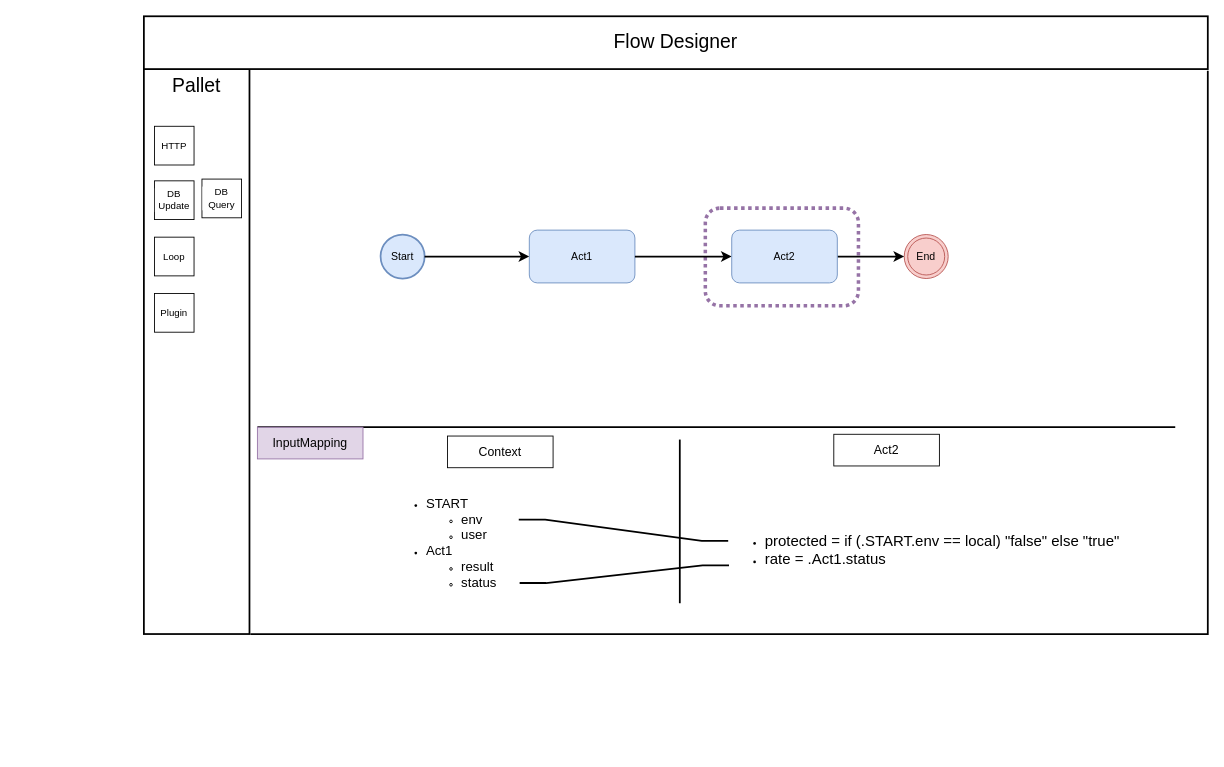
Before: page "UIMockup" (8 of 8) of TaskExecToolkit.drawio in manhnt217/task-execution-toolkit, a draw.io diagram. Source tidied: cells renumbered, new cells numbered last; positions are measured from the earlier drawing's top-left corner, leaving out a move shared by most shapes. Both pictures are drawn from the tidied source at 88%, with x=0, y=0 at pixel (143, 16).
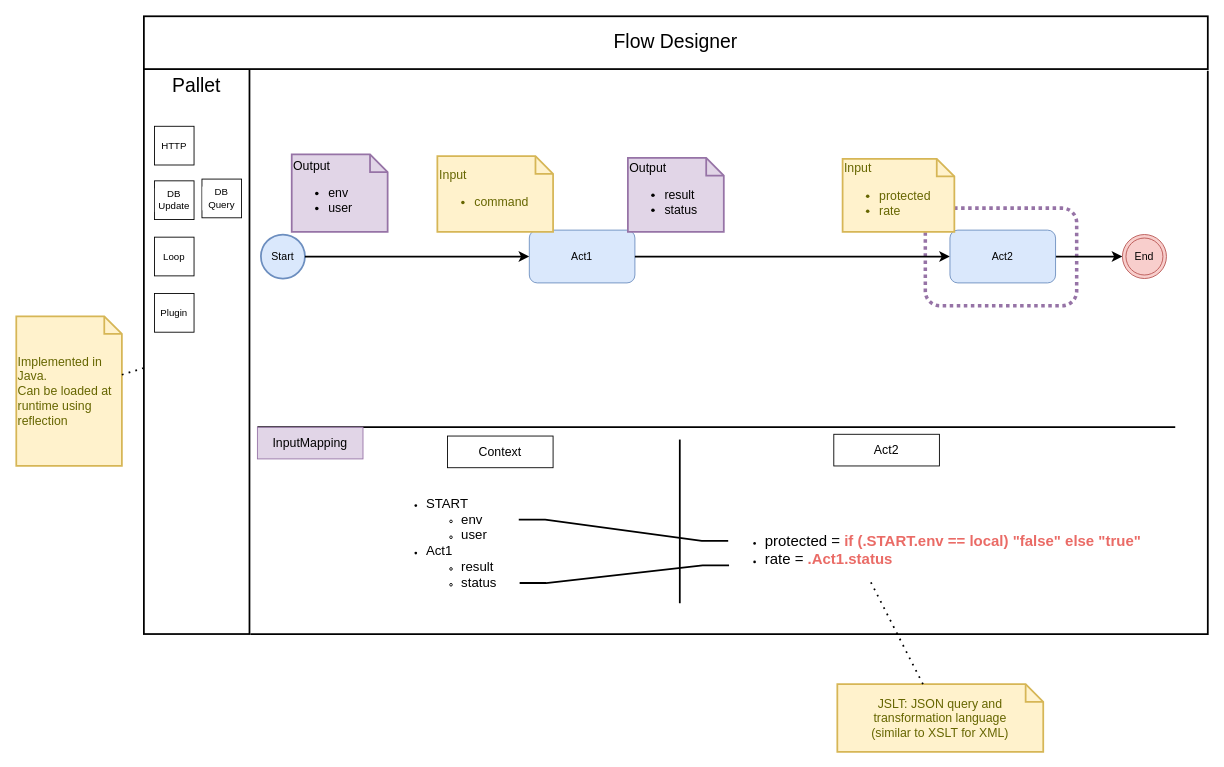
Above is the later version.

The change refers to these unchanged cells:
```xml
<mxCell id="9" value="&lt;span style=&quot;font-size: 22px; text-wrap: nowrap;&quot;&gt;Pallet&lt;/span&gt;" style="rounded=0;whiteSpace=wrap;html=1;fontFamily=Helvetica;fontSize=11;fontColor=default;labelBackgroundColor=default;strokeWidth=2;verticalAlign=top;" parent="1" vertex="1">
  <mxGeometry y="60" width="120" height="642" as="geometry" />
</mxCell>
```

Change to the diagram source:
```diff
@@
     <mxCell id="2" style="rounded=1;whiteSpace=wrap;html=1;fontFamily=Helvetica;fontSize=11;labelBackgroundColor=default;fillColor=none;strokeColor=#9673a6;strokeWidth=4;dashed=1;dashPattern=1 1;" parent="1" vertex="1">
-      <mxGeometry x="638" y="218" width="174" height="111" as="geometry" />
+      <mxGeometry x="888" y="218" width="172" height="111" as="geometry" />
     </mxCell>
     <mxCell id="3" value="Start" style="strokeWidth=2;html=1;shape=mxgraph.flowchart.start_2;whiteSpace=wrap;fillColor=#dae8fc;strokeColor=#6c8ebf;" parent="1" vertex="1">
-      <mxGeometry x="269" y="248" width="50" height="50" as="geometry" />
+      <mxGeometry x="133" y="248" width="50" height="50" as="geometry" />
     </mxCell>
     <mxCell id="4" value="End" style="ellipse;shape=doubleEllipse;whiteSpace=wrap;html=1;fillColor=#f8cecc;strokeColor=#b85450;" parent="1" vertex="1">
-      <mxGeometry x="864" y="248" width="50" height="50" as="geometry" />
+      <mxGeometry x="1112" y="248" width="50" height="50" as="geometry" />
     </mxCell>
@@
     <mxCell id="13" value="Act2" style="rounded=1;whiteSpace=wrap;html=1;fillColor=#dae8fc;strokeColor=#6c8ebf;strokeWidth=1;" parent="1" vertex="1">
-      <mxGeometry x="668" y="243" width="120" height="60" as="geometry" />
+      <mxGeometry x="916" y="243" width="120" height="60" as="geometry" />
     </mxCell>
@@
-    <mxCell id="19" value="&lt;ul&gt;&lt;li&gt;&lt;font style=&quot;font-size: 17px;&quot;&gt;protected = if (.START.env == local) &quot;false&quot; else &quot;true&quot;&lt;/font&gt;&lt;/li&gt;&lt;li&gt;&lt;font style=&quot;font-size: 17px;&quot;&gt;rate = .Act1.status&lt;/font&gt;&lt;/li&gt;&lt;/ul&gt;" style="text;html=1;align=left;verticalAlign=middle;points=[];strokeColor=none;fillColor=none;fontFamily=Helvetica;fontSize=11;fontColor=default;labelBackgroundColor=default;" parent="1" vertex="1">
-      <mxGeometry x="664" y="569" width="461" height="75" as="geometry" />
+    <mxCell id="19" value="&lt;ul&gt;&lt;li&gt;&lt;font style=&quot;font-size: 17px;&quot;&gt;protected = &lt;font color=&quot;#ea6b66&quot;&gt;&lt;b&gt;if (.START.env == local) &quot;false&quot; else &quot;true&quot;&lt;/b&gt;&lt;/font&gt;&lt;/font&gt;&lt;/li&gt;&lt;li&gt;&lt;font style=&quot;font-size: 17px;&quot;&gt;rate = &lt;b&gt;&lt;font color=&quot;#ea6b66&quot;&gt;.Act1.status&lt;/font&gt;&lt;/b&gt;&lt;/font&gt;&lt;/li&gt;&lt;/ul&gt;" style="text;html=1;align=left;verticalAlign=middle;points=[];strokeColor=none;fillColor=none;fontFamily=Helvetica;fontSize=11;fontColor=default;labelBackgroundColor=default;" parent="1" vertex="1">
+      <mxGeometry x="664" y="569" width="485" height="75" as="geometry" />
     </mxCell>
@@
+    <mxCell id="27" value="JSLT: JSON query and transformation language&lt;br&gt;(similar to XSLT for XML)" style="shape=note;strokeWidth=2;fontSize=14;size=20;whiteSpace=wrap;html=1;fillColor=#fff2cc;strokeColor=#d6b656;fontColor=#666600;" parent="1" vertex="1">
+      <mxGeometry x="788" y="759" width="234" height="77" as="geometry" />
+    </mxCell>
+    <mxCell id="28" style="endArrow=none;dashed=1;html=1;dashPattern=1 3;strokeWidth=2;rounded=0;entryX=0.332;entryY=0.96;entryDx=0;entryDy=0;entryPerimeter=0;" parent="1" edge="1" source="27" target="19">
+      <mxGeometry relative="1" as="geometry" />
+    </mxCell>
+    <mxCell id="29" value="&lt;div&gt;Input&lt;/div&gt;&lt;ul&gt;&lt;li&gt;command&lt;/li&gt;&lt;/ul&gt;" style="shape=note;strokeWidth=2;fontSize=14;size=20;whiteSpace=wrap;html=1;fillColor=#fff2cc;strokeColor=#d6b656;fontColor=#666600;align=left;" parent="1" vertex="1">
+      <mxGeometry x="333.5" y="159" width="131.5" height="86" as="geometry" />
+    </mxCell>
+    <mxCell id="30" value="&lt;div&gt;Output&lt;/div&gt;&lt;ul&gt;&lt;li&gt;env&lt;/li&gt;&lt;li&gt;user&lt;/li&gt;&lt;/ul&gt;" style="shape=note;strokeWidth=2;fontSize=14;size=20;whiteSpace=wrap;html=1;fillColor=#e1d5e7;strokeColor=#9673a6;align=left;" parent="1" vertex="1">
+      <mxGeometry x="168" y="157" width="109" height="88" as="geometry" />
+    </mxCell>
+    <mxCell id="31" value="&lt;div&gt;Input&lt;/div&gt;&lt;ul&gt;&lt;li&gt;protected&lt;/li&gt;&lt;li&gt;rate&lt;/li&gt;&lt;/ul&gt;" style="shape=note;strokeWidth=2;fontSize=14;size=20;whiteSpace=wrap;html=1;fillColor=#fff2cc;strokeColor=#d6b656;fontColor=#666600;align=left;" parent="1" vertex="1">
+      <mxGeometry x="794" y="162" width="127" height="83" as="geometry" />
+    </mxCell>
+    <mxCell id="32" value="Implemented in Java.&amp;nbsp;&lt;div&gt;Can be loaded at runtime using reflection&lt;/div&gt;" style="shape=note;strokeWidth=2;fontSize=14;size=20;whiteSpace=wrap;html=1;fillColor=#fff2cc;strokeColor=#d6b656;fontColor=#666600;align=left;" parent="1" vertex="1">
+      <mxGeometry x="-145" y="341" width="120" height="170" as="geometry" />
+    </mxCell>
+    <mxCell id="33" style="endArrow=none;dashed=1;html=1;dashPattern=1 3;strokeWidth=2;rounded=0;" parent="1" edge="1" source="32" target="9">
+      <mxGeometry relative="1" as="geometry" />
+    </mxCell>
+    <mxCell id="34" value="&lt;div&gt;Output&lt;/div&gt;&lt;ul&gt;&lt;li&gt;result&lt;/li&gt;&lt;li&gt;status&lt;/li&gt;&lt;/ul&gt;" style="shape=note;strokeWidth=2;fontSize=14;size=20;whiteSpace=wrap;html=1;fillColor=#e1d5e7;strokeColor=#9673a6;align=left;" parent="1" vertex="1">
+      <mxGeometry x="550" y="161" width="109" height="84" as="geometry" />
+    </mxCell>
```
